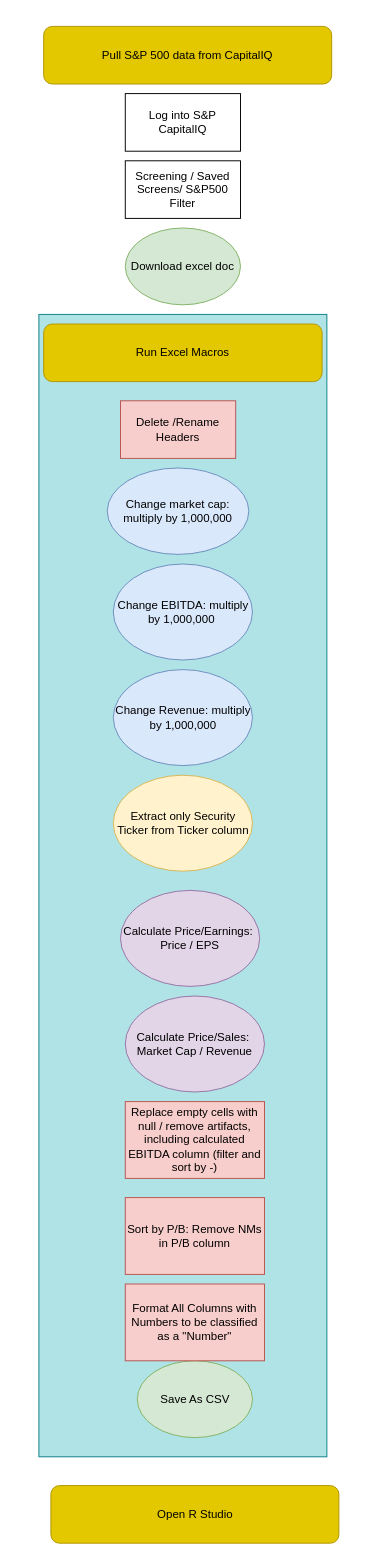
This is RPA_Finacial_Data_Pull.drawio from elohman/Business-Analytics-, a draw.io file, before an edit. Source tidied: cells renumbered, new cells numbered last; positions are measured from the earlier drawing's top-left corner, leaving out a move shared by most shapes. Both pictures are drawn from the tidied source at 96%, with x=0, y=0 at pixel (38, 26).
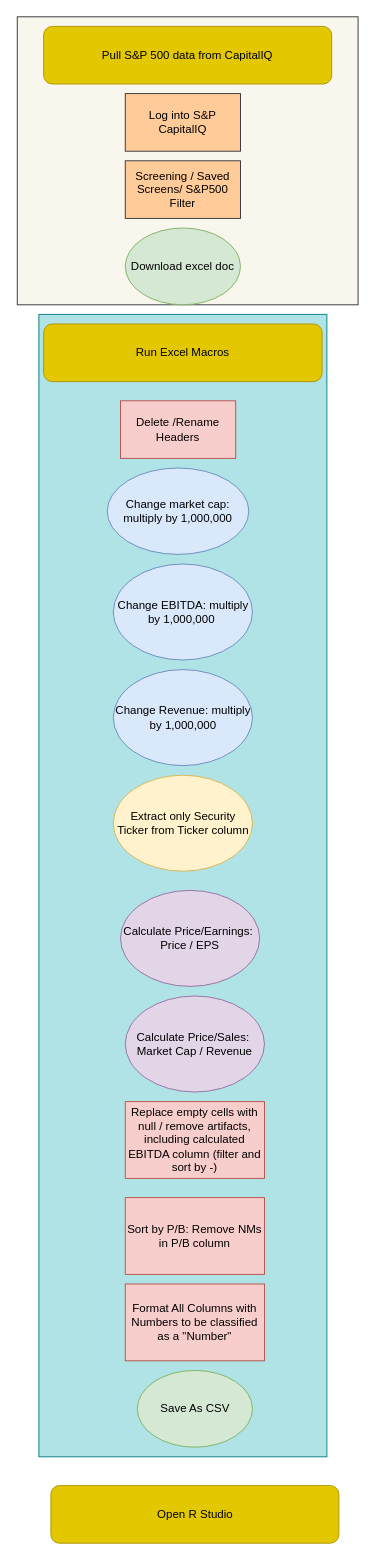
The same page after the edit.

Change to the diagram source:
```diff
@@
+    <mxCell id="20" style="rounded=0;whiteSpace=wrap;html=1;fillColor=#f9f7ed;strokeColor=#36393d;" parent="1" vertex="1">
+      <mxGeometry x="-22.5" y="-10" width="355" height="300" as="geometry" />
+    </mxCell>
@@
-    <mxCell id="4" value="Screening / Saved Screens/ S&amp;amp;P500 Filter" style="rounded=0;whiteSpace=wrap;html=1;" parent="1" vertex="1">
+    <mxCell id="4" value="Screening / Saved Screens/ S&amp;amp;P500 Filter" style="rounded=0;whiteSpace=wrap;html=1;fillColor=#ffcc99;strokeColor=#36393d;" parent="1" vertex="1">
       <mxGeometry x="90" y="140" width="120" height="60" as="geometry" />
     </mxCell>
@@
     <mxCell id="14" value="Save As CSV" style="ellipse;whiteSpace=wrap;html=1;fillColor=#d5e8d4;strokeColor=#82b366;" parent="1" vertex="1">
-      <mxGeometry x="102.5" y="1390" width="120" height="80" as="geometry" />
+      <mxGeometry x="102.5" y="1400" width="120" height="80" as="geometry" />
     </mxCell>
@@
-    <mxCell id="16" value="Log into S&amp;amp;P CapitalIQ" style="rounded=0;whiteSpace=wrap;html=1;" parent="1" vertex="1">
+    <mxCell id="16" value="Log into S&amp;amp;P CapitalIQ" style="rounded=0;whiteSpace=wrap;html=1;fillColor=#ffcc99;strokeColor=#36393d;" parent="1" vertex="1">
       <mxGeometry x="90" y="70" width="120" height="60" as="geometry" />
     </mxCell>
```
